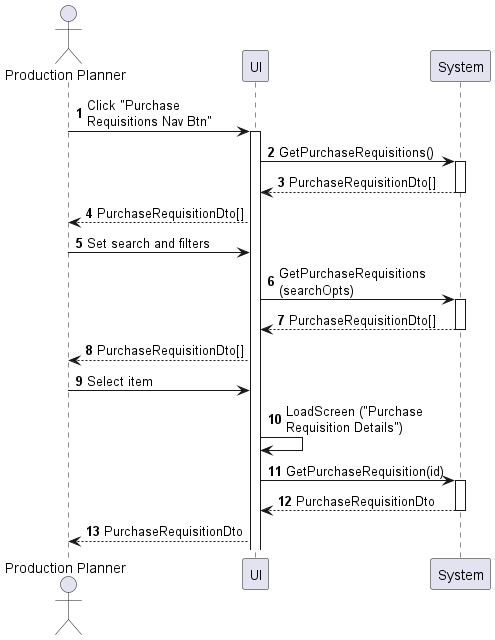
Before: sequences/purchase-requisition-view.png, a diagram exported from PlantUML (phihungha/scmss-reqs).
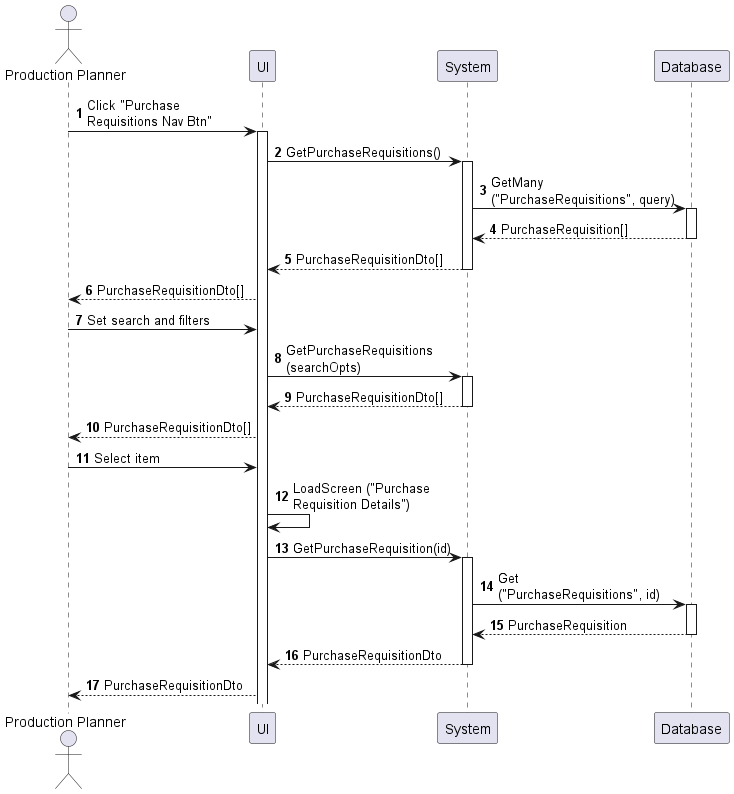
Later version of the same file.

Diff of the diagram source:
```diff
@@ -4,11 +4,15 @@
 actor "Production Planner" as a
 participant UI as f
 participant System as b
+participant Database as d
 
 a -> f : Click "Purchase\nRequisitions Nav Btn"
 activate f
 f -> b : GetPurchaseRequisitions()
 activate b
+b -> d : GetMany\n("PurchaseRequisitions", query)
+activate d
+return PurchaseRequisition[]
 return PurchaseRequisitionDto[]
 f --> a : PurchaseRequisitionDto[]
 a -> f : Set search and filters
@@ -20,6 +24,9 @@
 f -> f : LoadScreen ("Purchase\nRequisition Details")
 f -> b : GetPurchaseRequisition(id)
 activate b
+b -> d : Get\n("PurchaseRequisitions", id)
+activate d
+return PurchaseRequisition
 return PurchaseRequisitionDto
 f --> a : PurchaseRequisitionDto
 @enduml
```
